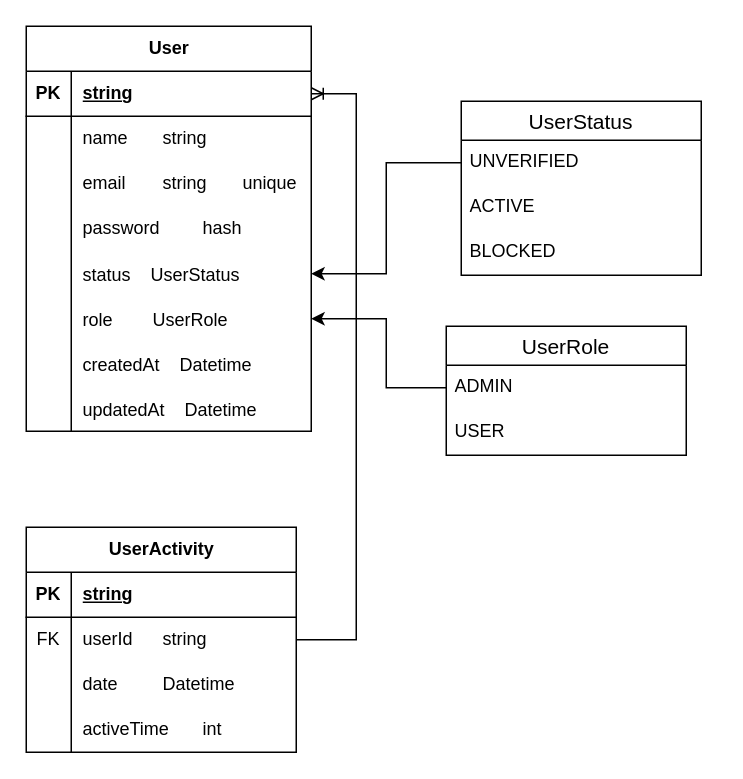
This is doc/ERD.drawio from Ajmain-Fayek/task4, a draw.io file, before an edit. Source tidied: cells renumbered, new cells numbered last; positions are measured from the earlier drawing's top-left corner, leaving out a move shared by most shapes. Both pictures are drawn from the tidied source at 150%, with x=0, y=0 at pixel (26, 26).
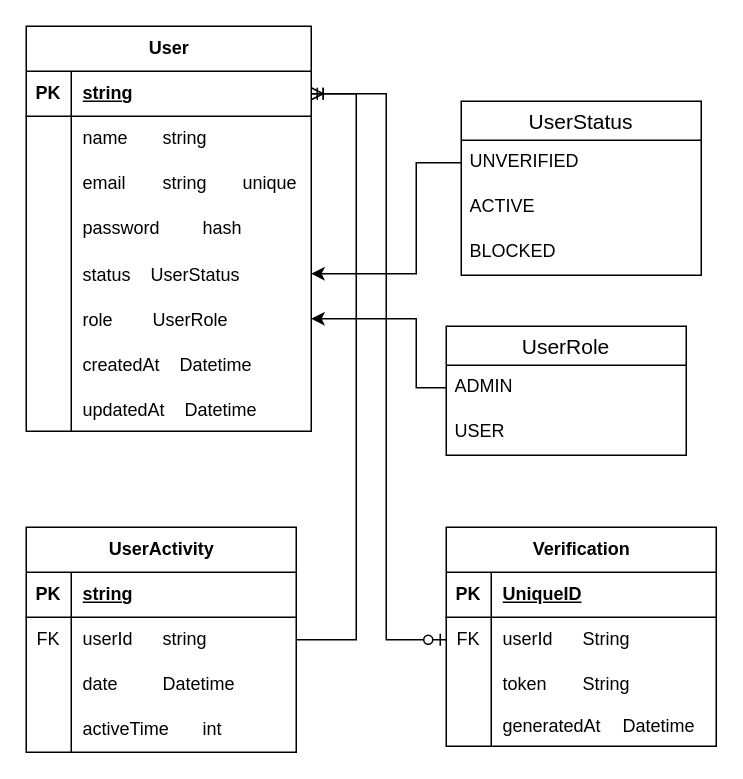
The same diagram, later.

Commit message (it also covers changes not shown here):
feat(doc)/ ERD Updated for Verification table

The change refers to these unchanged cells:
```xml
<mxCell id="3" style="shape=tableRow;horizontal=0;startSize=0;swimlaneHead=0;swimlaneBody=0;fillColor=none;points=[[0,0.5],[1,0.5]];portConstraint=eastwest;top=0;left=0;right=0;bottom=1;" parent="2" vertex="1">
  <mxGeometry y="30" width="190" height="30" as="geometry" />
</mxCell>
<mxCell id="15" style="shape=tableRow;horizontal=0;startSize=0;swimlaneHead=0;swimlaneBody=0;fillColor=none;points=[[0,0.5],[1,0.5]];portConstraint=eastwest;top=0;left=0;right=0;bottom=0;" parent="2" vertex="1">
  <mxGeometry y="150" width="190" height="30" as="geometry" />
</mxCell>
<mxCell id="18" style="shape=tableRow;horizontal=0;startSize=0;swimlaneHead=0;swimlaneBody=0;fillColor=none;points=[[0,0.5],[1,0.5]];portConstraint=eastwest;top=0;left=0;right=0;bottom=0;" parent="2" vertex="1">
  <mxGeometry y="180" width="190" height="30" as="geometry" />
</mxCell>
<mxCell id="28" value="UNVERIFIED" style="text;strokeColor=none;fillColor=none;spacingLeft=4;spacingRight=4;overflow=hidden;points=[[0,0.5],[1,0.5]];portConstraint=eastwest;fontSize=12;whiteSpace=wrap;html=1;" parent="27" vertex="1">
  <mxGeometry y="26" width="160" height="30" as="geometry" />
</mxCell>
<mxCell id="47" value="ADMIN" style="text;strokeColor=none;fillColor=none;spacingLeft=4;spacingRight=4;overflow=hidden;points=[[0,0.5],[1,0.5]];portConstraint=eastwest;fontSize=12;whiteSpace=wrap;html=1;" parent="46" vertex="1">
  <mxGeometry y="26" width="160" height="30" as="geometry" />
</mxCell>
```

What changed in the source:
```diff
@@
     <mxCell id="31" style="edgeStyle=orthogonalEdgeStyle;rounded=0;jettySize=auto;html=1;" parent="1" edge="1" source="28" target="15">
-      <mxGeometry relative="1" as="geometry" />
+      <mxGeometry relative="1" as="geometry">
+        <Array as="points">
+          <mxPoint x="260" y="91" />
+          <mxPoint x="260" y="165" />
+        </Array>
+      </mxGeometry>
     </mxCell>
@@
     <mxCell id="49" style="edgeStyle=orthogonalEdgeStyle;rounded=0;jettySize=auto;html=1;" parent="1" edge="1" source="47" target="18">
       <mxGeometry relative="1" as="geometry">
         <Array as="points">
-          <mxPoint x="240" y="241" />
-          <mxPoint x="240" y="195" />
+          <mxPoint x="260" y="241" />
+          <mxPoint x="260" y="195" />
         </Array>
       </mxGeometry>
     </mxCell>
+    <mxCell id="50" value="Verification" style="shape=table;startSize=30;childLayout=tableLayout;rowLines=0;fontStyle=1;align=center;html=1;" parent="1" vertex="1">
+      <mxGeometry x="280" y="334" width="180" height="146" as="geometry" />
+    </mxCell>
+    <mxCell id="51" style="shape=tableRow;horizontal=0;startSize=0;swimlaneHead=0;swimlaneBody=0;fillColor=none;top=0;left=0;right=0;bottom=1;" parent="50" vertex="1">
+      <mxGeometry y="30" width="180" height="30" as="geometry" />
+    </mxCell>
+    <mxCell id="52" value="PK" style="shape=partialRectangle;fillColor=none;top=0;left=0;bottom=0;right=0;fontStyle=1;overflow=hidden;whiteSpace=wrap;html=1;" parent="51" vertex="1">
+      <mxGeometry width="30" height="30" as="geometry" />
+    </mxCell>
+    <mxCell id="53" value="UniqueID" style="shape=partialRectangle;fillColor=none;top=0;left=0;bottom=0;right=0;align=left;spacingLeft=6;fontStyle=5;overflow=hidden;whiteSpace=wrap;html=1;" parent="51" vertex="1">
+      <mxGeometry x="30" width="150" height="30" as="geometry" />
+    </mxCell>
+    <mxCell id="54" style="shape=tableRow;horizontal=0;startSize=0;swimlaneHead=0;swimlaneBody=0;fillColor=none;points=[[0,0.5],[1,0.5]];portConstraint=eastwest;top=0;left=0;right=0;bottom=0;" parent="50" vertex="1">
+      <mxGeometry y="60" width="180" height="30" as="geometry" />
+    </mxCell>
+    <mxCell id="55" value="FK" style="shape=partialRectangle;fillColor=none;top=0;left=0;bottom=0;right=0;overflow=hidden;whiteSpace=wrap;html=1;" parent="54" vertex="1">
+      <mxGeometry width="30" height="30" as="geometry" />
+    </mxCell>
+    <mxCell id="56" value="userId&lt;span style=&quot;white-space: pre;&quot;&gt;&#9;&lt;/span&gt;String" style="shape=partialRectangle;fillColor=none;top=0;left=0;bottom=0;right=0;align=left;spacingLeft=6;overflow=hidden;whiteSpace=wrap;html=1;" parent="54" vertex="1">
+      <mxGeometry x="30" width="150" height="30" as="geometry" />
+    </mxCell>
+    <mxCell id="57" style="shape=tableRow;horizontal=0;startSize=0;swimlaneHead=0;swimlaneBody=0;fillColor=none;top=0;left=0;right=0;bottom=0;" parent="50" vertex="1">
+      <mxGeometry y="90" width="180" height="30" as="geometry" />
+    </mxCell>
+    <mxCell id="58" style="shape=partialRectangle;fillColor=none;top=0;left=0;bottom=0;right=0;overflow=hidden;whiteSpace=wrap;html=1;" parent="57" vertex="1">
+      <mxGeometry width="30" height="30" as="geometry" />
+    </mxCell>
+    <mxCell id="59" value="token&amp;nbsp;&lt;span style=&quot;white-space: pre;&quot;&gt;&#9;&lt;/span&gt;String" style="shape=partialRectangle;fillColor=none;top=0;left=0;bottom=0;right=0;align=left;spacingLeft=6;overflow=hidden;whiteSpace=wrap;html=1;" parent="57" vertex="1">
+      <mxGeometry x="30" width="150" height="30" as="geometry" />
+    </mxCell>
+    <mxCell id="60" style="shape=tableRow;horizontal=0;startSize=0;swimlaneHead=0;swimlaneBody=0;fillColor=none;top=0;left=0;right=0;bottom=0;" parent="50" vertex="1">
+      <mxGeometry y="120" width="180" height="26" as="geometry" />
+    </mxCell>
+    <mxCell id="61" style="shape=partialRectangle;fillColor=none;top=0;left=0;bottom=0;right=0;overflow=hidden;whiteSpace=wrap;html=1;" parent="60" vertex="1">
+      <mxGeometry width="30" height="26" as="geometry" />
+    </mxCell>
+    <mxCell id="62" value="generatedAt&lt;span style=&quot;white-space: pre;&quot;&gt;&#9;&lt;/span&gt;Datetime" style="shape=partialRectangle;fillColor=none;top=0;left=0;bottom=0;right=0;align=left;spacingLeft=6;overflow=hidden;whiteSpace=wrap;html=1;" parent="60" vertex="1">
+      <mxGeometry x="30" width="150" height="26" as="geometry" />
+    </mxCell>
+    <mxCell id="63" style="edgeStyle=orthogonalEdgeStyle;fontSize=12;html=1;endArrow=ERzeroToOne;startArrow=ERmandOne;rounded=0;" parent="1" edge="1" source="3" target="54">
+      <mxGeometry relative="1" as="geometry">
+        <Array as="points">
+          <mxPoint x="240" y="45" />
+          <mxPoint x="240" y="409" />
+        </Array>
+      </mxGeometry>
+    </mxCell>
```
